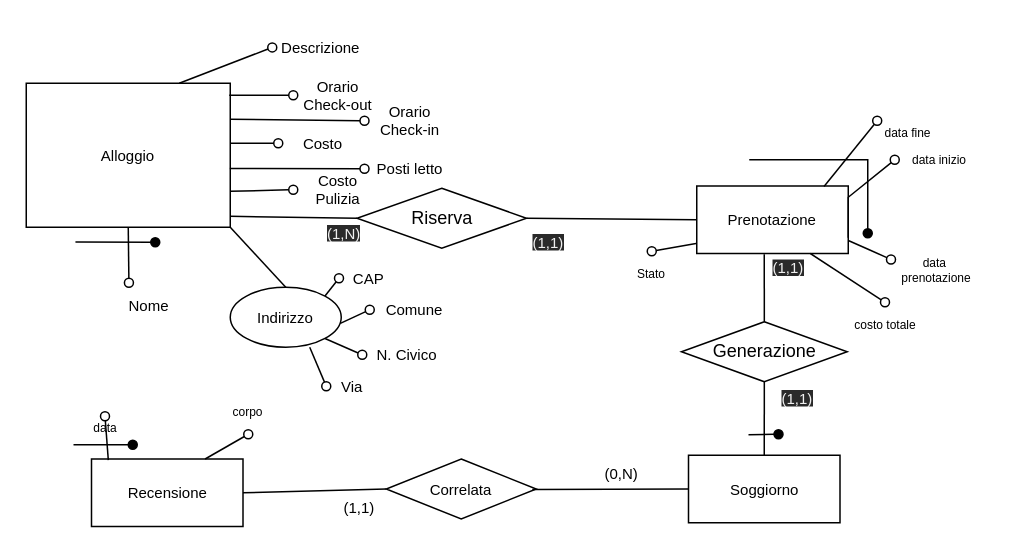
The draw.io diagram page "Page-6" (4 of 16) of ER.drawio in eduardz1/Home-Booking, before the edit. Source tidied: cells renumbered, new cells numbered last; positions are measured from the earlier drawing's top-left corner, leaving out a move shared by most shapes. Both pictures are drawn from the tidied source at 150%, with x=0, y=0 at pixel (26, 24).
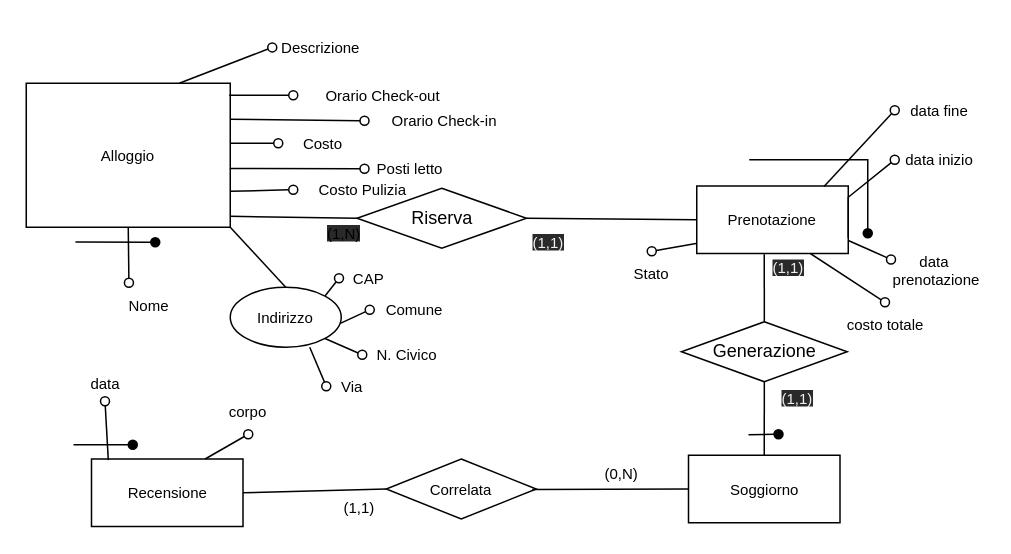
The same diagram, later.

The change refers to these unchanged cells:
```xml
<mxCell id="31" value="&lt;font style=&quot;font-size: 10px;&quot;&gt;Prenotazione&lt;/font&gt;" style="rounded=0;whiteSpace=wrap;html=1;fontSize=10;" parent="1" vertex="1">
  <mxGeometry x="447" y="107.5" width="101" height="45" as="geometry" />
</mxCell>
<mxCell id="40" value="&lt;font style=&quot;font-size: 10px&quot;&gt;Recensione&lt;/font&gt;" style="rounded=0;whiteSpace=wrap;html=1;fontSize=10;" parent="1" vertex="1">
  <mxGeometry x="43.5" y="289.5" width="101" height="45" as="geometry" />
</mxCell>
```

Change to the diagram source:
```diff
@@
     <mxCell id="15" style="group;rounded=0;fontSize=10;" parent="1" vertex="1">
-      <mxGeometry x="178" y="95" width="60" height="30" as="geometry" />
+      <mxGeometry x="178" y="95" width="93" height="30" as="geometry" />
     </mxCell>
     <mxCell id="16" value="Costo Pulizia" style="text;html=1;strokeColor=none;fillColor=none;align=center;verticalAlign=middle;whiteSpace=wrap;rounded=0;labelBackgroundColor=none;labelBorderColor=none;fontSize=10;" parent="15" vertex="1">
-      <mxGeometry width="60" height="30" as="geometry" />
+      <mxGeometry width="93" height="30" as="geometry" />
     </mxCell>
@@
     <mxCell id="21" style="group;rounded=0;fontSize=10;" parent="1" vertex="1">
-      <mxGeometry x="225.5" y="49" width="60" height="30" as="geometry" />
+      <mxGeometry x="225.5" y="49" width="105.5" height="30" as="geometry" />
     </mxCell>
-    <mxCell id="22" value="Orario&lt;br&gt;Check-in" style="text;html=1;strokeColor=none;fillColor=none;align=center;verticalAlign=middle;whiteSpace=wrap;rounded=0;labelBackgroundColor=none;labelBorderColor=none;fontSize=10;" parent="21" vertex="1">
-      <mxGeometry width="60" height="30" as="geometry" />
+    <mxCell id="22" value="Orario Check-in" style="text;html=1;strokeColor=none;fillColor=none;align=center;verticalAlign=middle;whiteSpace=wrap;rounded=0;labelBackgroundColor=none;labelBorderColor=none;fontSize=10;" parent="21" vertex="1">
+      <mxGeometry width="105.5" height="30" as="geometry" />
     </mxCell>
     <mxCell id="23" style="group;rounded=0;fontSize=10;" parent="1" vertex="1">
-      <mxGeometry x="178" y="32" width="60" height="30" as="geometry" />
+      <mxGeometry x="178" y="32" width="120" height="30" as="geometry" />
     </mxCell>
-    <mxCell id="24" value="Orario&lt;br&gt;Check-out" style="text;html=1;strokeColor=none;fillColor=none;align=center;verticalAlign=middle;whiteSpace=wrap;rounded=0;labelBackgroundColor=none;labelBorderColor=none;fontSize=10;" parent="23" vertex="1">
-      <mxGeometry width="60" height="30" as="geometry" />
+    <mxCell id="24" value="Orario Check-out" style="text;html=1;strokeColor=none;fillColor=none;align=center;verticalAlign=middle;whiteSpace=wrap;rounded=0;labelBackgroundColor=none;labelBorderColor=none;fontSize=10;" parent="23" vertex="1">
+      <mxGeometry width="120" height="30" as="geometry" />
     </mxCell>
@@
-    <mxCell id="34" style="endArrow=none;html=1;rounded=0;align=center;verticalAlign=top;endFill=0;labelBackgroundColor=none;endSize=6;startArrow=oval;startFill=0;fontSize=10;exitX=0.155;exitY=-0.001;exitDx=0;exitDy=0;exitPerimeter=0;entryX=0.84;entryY=0.006;entryDx=0;entryDy=0;entryPerimeter=0;" parent="1" edge="1" source="37" target="31">
+    <mxCell id="34" style="endArrow=none;html=1;rounded=0;align=center;verticalAlign=top;endFill=0;labelBackgroundColor=none;endSize=6;startArrow=oval;startFill=0;fontSize=10;exitX=0;exitY=0.5;exitDx=0;exitDy=0;entryX=0.84;entryY=0.006;entryDx=0;entryDy=0;entryPerimeter=0;" parent="1" edge="1" source="37" target="31">
       <mxGeometry relative="1" as="geometry" />
     </mxCell>
-    <mxCell id="35" value="data&amp;nbsp; prenotazione" style="text;html=1;strokeColor=none;fillColor=none;align=center;verticalAlign=middle;whiteSpace=wrap;rounded=0;fontSize=8;" parent="1" vertex="1">
+    <mxCell id="35" value="data&amp;nbsp; prenotazione" style="text;html=1;strokeColor=none;fillColor=none;align=center;verticalAlign=middle;whiteSpace=wrap;rounded=0;fontSize=10;" parent="1" vertex="1">
       <mxGeometry x="576.5" y="149" width="60" height="30" as="geometry" />
     </mxCell>
-    <mxCell id="36" value="data inizio" style="text;html=1;strokeColor=none;fillColor=none;align=center;verticalAlign=middle;whiteSpace=wrap;rounded=0;fontSize=8;" parent="1" vertex="1">
+    <mxCell id="36" value="data inizio" style="text;html=1;strokeColor=none;fillColor=none;align=center;verticalAlign=middle;whiteSpace=wrap;rounded=0;fontSize=10;" parent="1" vertex="1">
       <mxGeometry x="579" y="82" width="59.5" height="16" as="geometry" />
     </mxCell>
-    <mxCell id="37" value="data fine" style="text;html=1;strokeColor=none;fillColor=none;align=center;verticalAlign=middle;whiteSpace=wrap;rounded=0;fontSize=8;" parent="1" vertex="1">
-      <mxGeometry x="558" y="64" width="60" height="16" as="geometry" />
+    <mxCell id="37" value="data fine" style="text;html=1;strokeColor=none;fillColor=none;align=center;verticalAlign=middle;whiteSpace=wrap;rounded=0;fontSize=10;" parent="1" vertex="1">
+      <mxGeometry x="579" y="49" width="60" height="16" as="geometry" />
     </mxCell>
-    <mxCell id="38" value="costo totale" style="text;html=1;strokeColor=none;fillColor=none;align=center;verticalAlign=middle;whiteSpace=wrap;rounded=0;fontSize=8;" parent="1" vertex="1">
+    <mxCell id="38" value="costo totale" style="text;html=1;strokeColor=none;fillColor=none;align=center;verticalAlign=middle;whiteSpace=wrap;rounded=0;fontSize=10;" parent="1" vertex="1">
       <mxGeometry x="542.5" y="185" width="60" height="30" as="geometry" />
     </mxCell>
@@
-    <mxCell id="42" style="endArrow=none;html=1;rounded=0;align=center;verticalAlign=top;endFill=0;labelBackgroundColor=none;endSize=6;startArrow=oval;startFill=0;fontSize=10;entryX=0.111;entryY=0.017;entryDx=0;entryDy=0;entryPerimeter=0;exitX=0.5;exitY=1;exitDx=0;exitDy=0;" parent="1" edge="1" target="40">
-      <mxGeometry relative="1" as="geometry">
-        <mxPoint x="52.5" y="261" as="sourcePoint" />
-      </mxGeometry>
+    <mxCell id="42" style="endArrow=none;html=1;rounded=0;align=center;verticalAlign=top;endFill=0;labelBackgroundColor=none;endSize=6;startArrow=oval;startFill=0;fontSize=10;entryX=0.111;entryY=0.017;entryDx=0;entryDy=0;entryPerimeter=0;exitX=0.5;exitY=1;exitDx=0;exitDy=0;" parent="1" edge="1" source="52" target="40">
+      <mxGeometry relative="1" as="geometry" />
     </mxCell>
@@
-    <mxCell id="51" value="corpo" style="text;html=1;strokeColor=none;fillColor=none;align=center;verticalAlign=middle;whiteSpace=wrap;rounded=0;fontSize=8;" parent="1" vertex="1">
+    <mxCell id="51" value="corpo" style="text;html=1;strokeColor=none;fillColor=none;align=center;verticalAlign=middle;whiteSpace=wrap;rounded=0;fontSize=10;" parent="1" vertex="1">
       <mxGeometry x="118" y="243" width="60" height="30" as="geometry" />
     </mxCell>
-    <mxCell id="52" value="data" style="text;html=1;strokeColor=none;fillColor=none;align=center;verticalAlign=middle;whiteSpace=wrap;rounded=0;fontSize=8;" parent="1" vertex="1">
-      <mxGeometry x="22.5" y="256" width="60" height="25" as="geometry" />
+    <mxCell id="52" value="data" style="text;html=1;strokeColor=none;fillColor=none;align=center;verticalAlign=middle;whiteSpace=wrap;rounded=0;fontSize=10;" parent="1" vertex="1">
+      <mxGeometry x="22.5" y="226" width="60" height="25" as="geometry" />
     </mxCell>
@@
-    <mxCell id="56" value="&lt;span style=&quot;color: rgb(240 , 240 , 240) ; font-family: &amp;#34;helvetica&amp;#34; ; font-size: 10px ; font-style: normal ; font-weight: 400 ; letter-spacing: normal ; text-align: left ; text-indent: 0px ; text-transform: none ; word-spacing: 0px ; background-color: rgb(42 , 42 , 42) ; display: inline ; float: none&quot;&gt;(1,N)&lt;/span&gt;" style="text;whiteSpace=wrap;html=1;" parent="1" vertex="1">
+    <mxCell id="56" value="&lt;span style=&quot;font-family: helvetica; font-size: 10px; font-style: normal; font-weight: 400; letter-spacing: normal; text-align: left; text-indent: 0px; text-transform: none; word-spacing: 0px; background-color: rgb(42, 42, 42); display: inline; float: none;&quot;&gt;(1,N)&lt;/span&gt;" style="text;whiteSpace=wrap;html=1;fontColor=default;" parent="1" vertex="1">
       <mxGeometry x="199" y="125" width="41" height="29" as="geometry" />
     </mxCell>
@@
-    <mxCell id="65" value="Stato" style="text;html=1;strokeColor=none;fillColor=none;align=center;verticalAlign=middle;whiteSpace=wrap;rounded=0;fontSize=8;" parent="1" vertex="1">
+    <mxCell id="65" value="Stato" style="text;html=1;strokeColor=none;fillColor=none;align=center;verticalAlign=middle;whiteSpace=wrap;rounded=0;fontSize=10;" parent="1" vertex="1">
       <mxGeometry x="387" y="151" width="60" height="30" as="geometry" />
     </mxCell>
```
